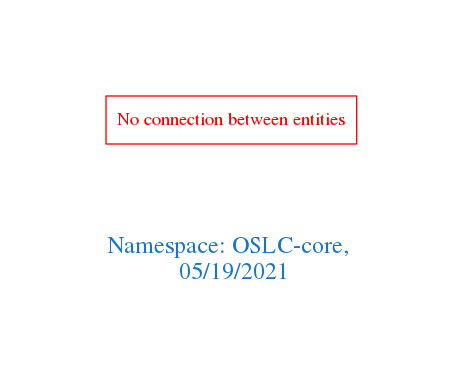
This is downloads/OSLC-core.png from arago/OGIT, a Graphviz export, as it was before one commit. Its source is kept beside it as downloads/OSLC-core.dot.
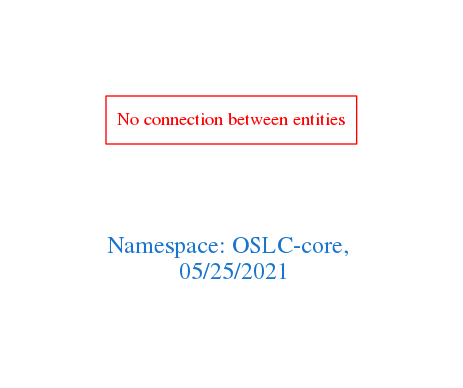
After the commit.

What changed in the source:
```diff
@@ -1,7 +1,7 @@
 digraph OGIT_ontology {
  graph [ rankdir= LR,pad=1
 fontsize = 18,
-fontcolor= dodgerblue3,label = "\n\n\nNamespace: OSLC-core, \n 05/19/2021"];
+fontcolor= dodgerblue3,label = "\n\n\nNamespace: OSLC-core, \n 05/25/2021"];
 node[shape=polygon];
 edge [  color="gray81"];
 
```
